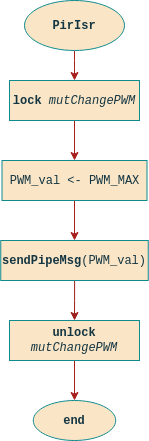
ESRGgroup9/slipad keeps this draw.io diagram as project/report/images/09sw_specification/pir_isr.png. Above is the earlier version. Source tidied: cells renumbered, new cells last; positions are measured from the earlier drawing's top-left corner, leaving out a move shared by most shapes.
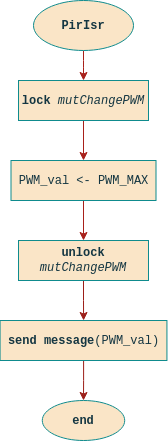
Above is the later version.

Diff of the diagram source:
```diff
@@ -14,26 +14,26 @@
     <mxCell id="5" value="&lt;div&gt;&lt;b&gt;lock&lt;/b&gt;&lt;i&gt; mutChangePWM&lt;/i&gt;&lt;br&gt;&lt;/div&gt;" style="rounded=0;whiteSpace=wrap;html=1;sketch=0;fontColor=#143642;strokeColor=#0F8B8D;fillColor=#FAE5C7;fontFamily=Courier New;" parent="1" vertex="1">
       <mxGeometry x="9" y="80" width="130" height="40" as="geometry" />
     </mxCell>
-    <mxCell id="6" style="edgeStyle=orthogonalEdgeStyle;curved=0;rounded=1;sketch=0;jettySize=auto;html=1;fontColor=#143642;strokeColor=#A8201A;fillColor=#FAE5C7;entryX=0.5;entryY=0;entryDx=0;entryDy=0;" parent="1" edge="1" source="7" target="12">
+    <mxCell id="6" style="edgeStyle=orthogonalEdgeStyle;curved=0;rounded=1;sketch=0;jettySize=auto;html=1;fontColor=#143642;strokeColor=#A8201A;fillColor=#FAE5C7;entryX=0.5;entryY=0;entryDx=0;entryDy=0;" parent="1" edge="1" source="7" target="9">
       <mxGeometry relative="1" as="geometry" />
     </mxCell>
     <mxCell id="7" value="PWM_val &amp;lt;- PWM_MAX" style="rounded=0;whiteSpace=wrap;html=1;sketch=0;fontColor=#143642;strokeColor=#0F8B8D;fillColor=#FAE5C7;fontFamily=Courier New;" parent="1" vertex="1">
       <mxGeometry x="1.5" y="160" width="145" height="40" as="geometry" />
     </mxCell>
-    <mxCell id="8" style="edgeStyle=orthogonalEdgeStyle;curved=0;rounded=1;sketch=0;jettySize=auto;html=1;fontColor=#143642;strokeColor=#A8201A;fillColor=#FAE5C7;" parent="1" edge="1" source="9" target="10">
-      <mxGeometry relative="1" as="geometry" />
-    </mxCell>
+    <mxCell id="13" style="edgeStyle=orthogonalEdgeStyle;rounded=0;jettySize=auto;html=1;fontColor=#9C1E18;strokeColor=#9C1E18;" parent="1" edge="1" source="9" target="15">
+      <mxGeometry relative="1" as="geometry" />
+    </mxCell>
     <mxCell id="9" value="&lt;b&gt;unlock&lt;/b&gt;&lt;i&gt; mutChangePWM&lt;/i&gt;" style="rounded=0;whiteSpace=wrap;html=1;sketch=0;fontColor=#143642;strokeColor=#0F8B8D;fillColor=#FAE5C7;fontFamily=Courier New;" parent="1" vertex="1">
-      <mxGeometry x="9" y="320" width="130" height="40" as="geometry" />
+      <mxGeometry x="9" y="240" width="130" height="40" as="geometry" />
     </mxCell>
     <mxCell id="10" value="&lt;b&gt;end&lt;/b&gt;" style="ellipse;whiteSpace=wrap;html=1;rounded=0;sketch=0;fontFamily=Courier New;fontColor=#143642;strokeColor=#0F8B8D;fillColor=#FAE5C7;" parent="1" vertex="1">
       <mxGeometry x="32.8" y="400" width="82.4" height="40" as="geometry" />
     </mxCell>
-    <mxCell id="11" style="edgeStyle=orthogonalEdgeStyle;rounded=0;jettySize=auto;html=1;strokeColor=#9C1E18;" parent="1" edge="1" source="12" target="9">
-      <mxGeometry relative="1" as="geometry" />
-    </mxCell>
-    <mxCell id="12" value="&lt;b&gt;sendPipeMsg&lt;/b&gt;(PWM_val)" style="rounded=0;whiteSpace=wrap;html=1;sketch=0;fontColor=#143642;strokeColor=#0F8B8D;fillColor=#FAE5C7;fontFamily=Courier New;" parent="1" vertex="1">
-      <mxGeometry x="0.2" y="240" width="147.5" height="40" as="geometry" />
-    </mxCell>
+    <mxCell id="14" style="edgeStyle=orthogonalEdgeStyle;rounded=0;jettySize=auto;html=1;fontColor=#9C1E18;strokeColor=#9C1E18;" parent="1" edge="1" source="15" target="10">
+      <mxGeometry relative="1" as="geometry" />
+    </mxCell>
+    <mxCell id="15" value="&lt;b&gt;send message&lt;/b&gt;(PWM_val)" style="rounded=0;whiteSpace=wrap;html=1;sketch=0;fontColor=#143642;strokeColor=#0F8B8D;fillColor=#FAE5C7;fontFamily=Courier New;" parent="1" vertex="1">
+      <mxGeometry x="-9.4" y="320" width="166.9" height="40" as="geometry" />
+    </mxCell>
   </root>
 </mxGraphModel>
```
